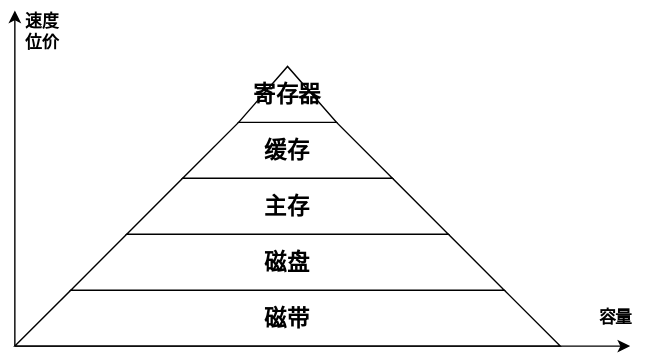
creatern/NoteBook keeps this draw.io diagram as pictures/计算机组成原理-存储器-位价.drawio.svg. Above is the earlier version. Source tidied: cells renumbered, new cells last; positions are measured from the earlier drawing's top-left corner, leaving out a move shared by most shapes.
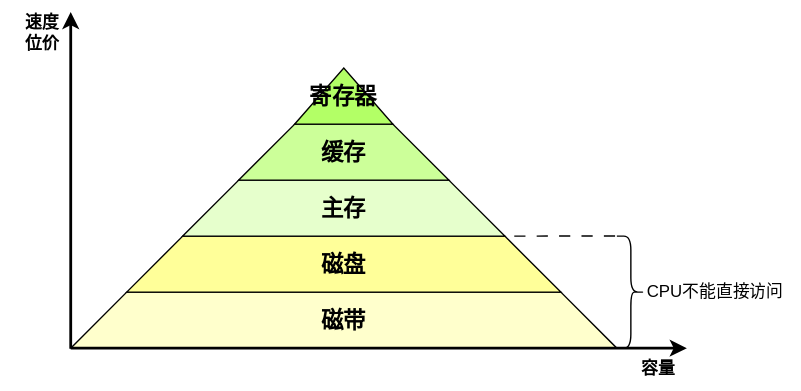
Above is the later version.

What changed in the source:
```diff
@@ -2,38 +2,47 @@
   <root>
     <mxCell id="0" />
     <mxCell id="1" parent="0" />
-    <mxCell id="2" value="&lt;b&gt;&lt;font style=&quot;font-size: 16px;&quot;&gt;磁带&lt;/font&gt;&lt;/b&gt;" style="shape=trapezoid;perimeter=trapezoidPerimeter;whiteSpace=wrap;html=1;fixedSize=1;size=40;" parent="1" vertex="1">
+    <mxCell id="2" value="&lt;b&gt;&lt;font style=&quot;font-size: 16px;&quot;&gt;磁带&lt;/font&gt;&lt;/b&gt;" style="shape=trapezoid;perimeter=trapezoidPerimeter;whiteSpace=wrap;html=1;fixedSize=1;size=40;fillColor=#FFFFCC;" parent="1" vertex="1">
       <mxGeometry x="10" y="200" width="390" height="40" as="geometry" />
     </mxCell>
-    <mxCell id="3" value="&lt;b&gt;&lt;font style=&quot;font-size: 16px;&quot;&gt;磁盘&lt;/font&gt;&lt;/b&gt;" style="shape=trapezoid;perimeter=trapezoidPerimeter;whiteSpace=wrap;html=1;fixedSize=1;size=40;" parent="1" vertex="1">
+    <mxCell id="3" value="&lt;b&gt;&lt;font style=&quot;font-size: 16px;&quot;&gt;磁盘&lt;/font&gt;&lt;/b&gt;" style="shape=trapezoid;perimeter=trapezoidPerimeter;whiteSpace=wrap;html=1;fixedSize=1;size=40;fillColor=#FFFF99;" parent="1" vertex="1">
       <mxGeometry x="50" y="160" width="310" height="40" as="geometry" />
     </mxCell>
-    <mxCell id="4" value="&lt;b&gt;&lt;font style=&quot;font-size: 16px;&quot;&gt;主存&lt;/font&gt;&lt;/b&gt;" style="shape=trapezoid;perimeter=trapezoidPerimeter;whiteSpace=wrap;html=1;fixedSize=1;size=40;" parent="1" vertex="1">
+    <mxCell id="4" value="&lt;b&gt;&lt;font style=&quot;font-size: 16px;&quot;&gt;主存&lt;/font&gt;&lt;/b&gt;" style="shape=trapezoid;perimeter=trapezoidPerimeter;whiteSpace=wrap;html=1;fixedSize=1;size=40;fillColor=#E6FFCC;" parent="1" vertex="1">
       <mxGeometry x="90" y="120" width="230" height="40" as="geometry" />
     </mxCell>
-    <mxCell id="5" value="&lt;b&gt;&lt;font style=&quot;font-size: 16px;&quot;&gt;缓存&lt;/font&gt;&lt;/b&gt;" style="shape=trapezoid;perimeter=trapezoidPerimeter;whiteSpace=wrap;html=1;fixedSize=1;size=40;" parent="1" vertex="1">
+    <mxCell id="5" value="&lt;b&gt;&lt;font style=&quot;font-size: 16px;&quot;&gt;缓存&lt;/font&gt;&lt;/b&gt;" style="shape=trapezoid;perimeter=trapezoidPerimeter;whiteSpace=wrap;html=1;fixedSize=1;size=40;fillColor=#CCFF99;" parent="1" vertex="1">
       <mxGeometry x="130" y="80" width="150" height="40" as="geometry" />
     </mxCell>
-    <mxCell id="6" value="&lt;b&gt;&lt;font style=&quot;font-size: 16px;&quot;&gt;寄存器&lt;/font&gt;&lt;/b&gt;" style="shape=trapezoid;perimeter=trapezoidPerimeter;whiteSpace=wrap;html=1;fixedSize=1;size=80;" parent="1" vertex="1">
+    <mxCell id="6" value="&lt;b&gt;&lt;font style=&quot;font-size: 16px;&quot;&gt;寄存器&lt;/font&gt;&lt;/b&gt;" style="shape=trapezoid;perimeter=trapezoidPerimeter;whiteSpace=wrap;html=1;fixedSize=1;size=80;fillColor=#B3FF66;" parent="1" vertex="1">
       <mxGeometry x="170" y="40" width="70" height="40" as="geometry" />
     </mxCell>
-    <mxCell id="7" style="endArrow=classic;html=1;rounded=0;strokeWidth=1;" parent="1" edge="1">
+    <mxCell id="7" style="endArrow=classic;html=1;rounded=0;strokeWidth=2;" parent="1" edge="1">
       <mxGeometry relative="1" as="geometry">
         <mxPoint x="10" y="240" as="sourcePoint" />
         <mxPoint x="10" as="targetPoint" />
       </mxGeometry>
     </mxCell>
-    <mxCell id="8" style="endArrow=classic;html=1;rounded=0;strokeWidth=1;" parent="1" edge="1">
+    <mxCell id="8" style="endArrow=classic;html=1;rounded=0;strokeWidth=2;" parent="1" edge="1">
       <mxGeometry relative="1" as="geometry">
         <mxPoint x="10" y="240" as="sourcePoint" />
         <mxPoint x="450" y="240" as="targetPoint" />
       </mxGeometry>
     </mxCell>
     <mxCell id="9" value="容量" style="text;html=1;strokeColor=none;fillColor=none;align=center;verticalAlign=middle;whiteSpace=wrap;rounded=0;fontStyle=1;" parent="1" vertex="1">
-      <mxGeometry x="410" y="205" width="60" height="30" as="geometry" />
+      <mxGeometry x="400" y="240" width="60" height="30" as="geometry" />
     </mxCell>
     <mxCell id="10" value="速度&lt;br&gt;位价" style="text;html=1;strokeColor=none;fillColor=none;align=center;verticalAlign=middle;whiteSpace=wrap;rounded=0;fontStyle=1;" parent="1" vertex="1">
-      <mxGeometry width="60" height="30" as="geometry" />
+      <mxGeometry x="-40" width="60" height="30" as="geometry" />
     </mxCell>
+    <mxCell id="11" style="rounded=0;jettySize=auto;html=1;exitX=1.063;exitY=-0.001;exitDx=0;exitDy=0;entryX=1;entryY=1;entryDx=0;entryDy=0;endArrow=none;endFill=0;dashed=1;dashPattern=8 8;exitPerimeter=0;" parent="1" edge="1" source="12" target="4">
+      <mxGeometry relative="1" as="geometry" />
+    </mxCell>
+    <mxCell id="12" style="shape=curlyBracket;whiteSpace=wrap;html=1;rounded=1;flipH=1;labelPosition=right;verticalLabelPosition=middle;align=left;verticalAlign=middle;" parent="1" vertex="1">
+      <mxGeometry x="400" y="160" width="20" height="80" as="geometry" />
+    </mxCell>
+    <mxCell id="13" value="CPU不能直接访问" style="text;html=1;align=center;verticalAlign=middle;strokeColor=none;fillColor=none;" parent="1" vertex="1">
+      <mxGeometry x="410" y="185" width="120" height="30" as="geometry" />
+    </mxCell>
   </root>
 </mxGraphModel>
```
